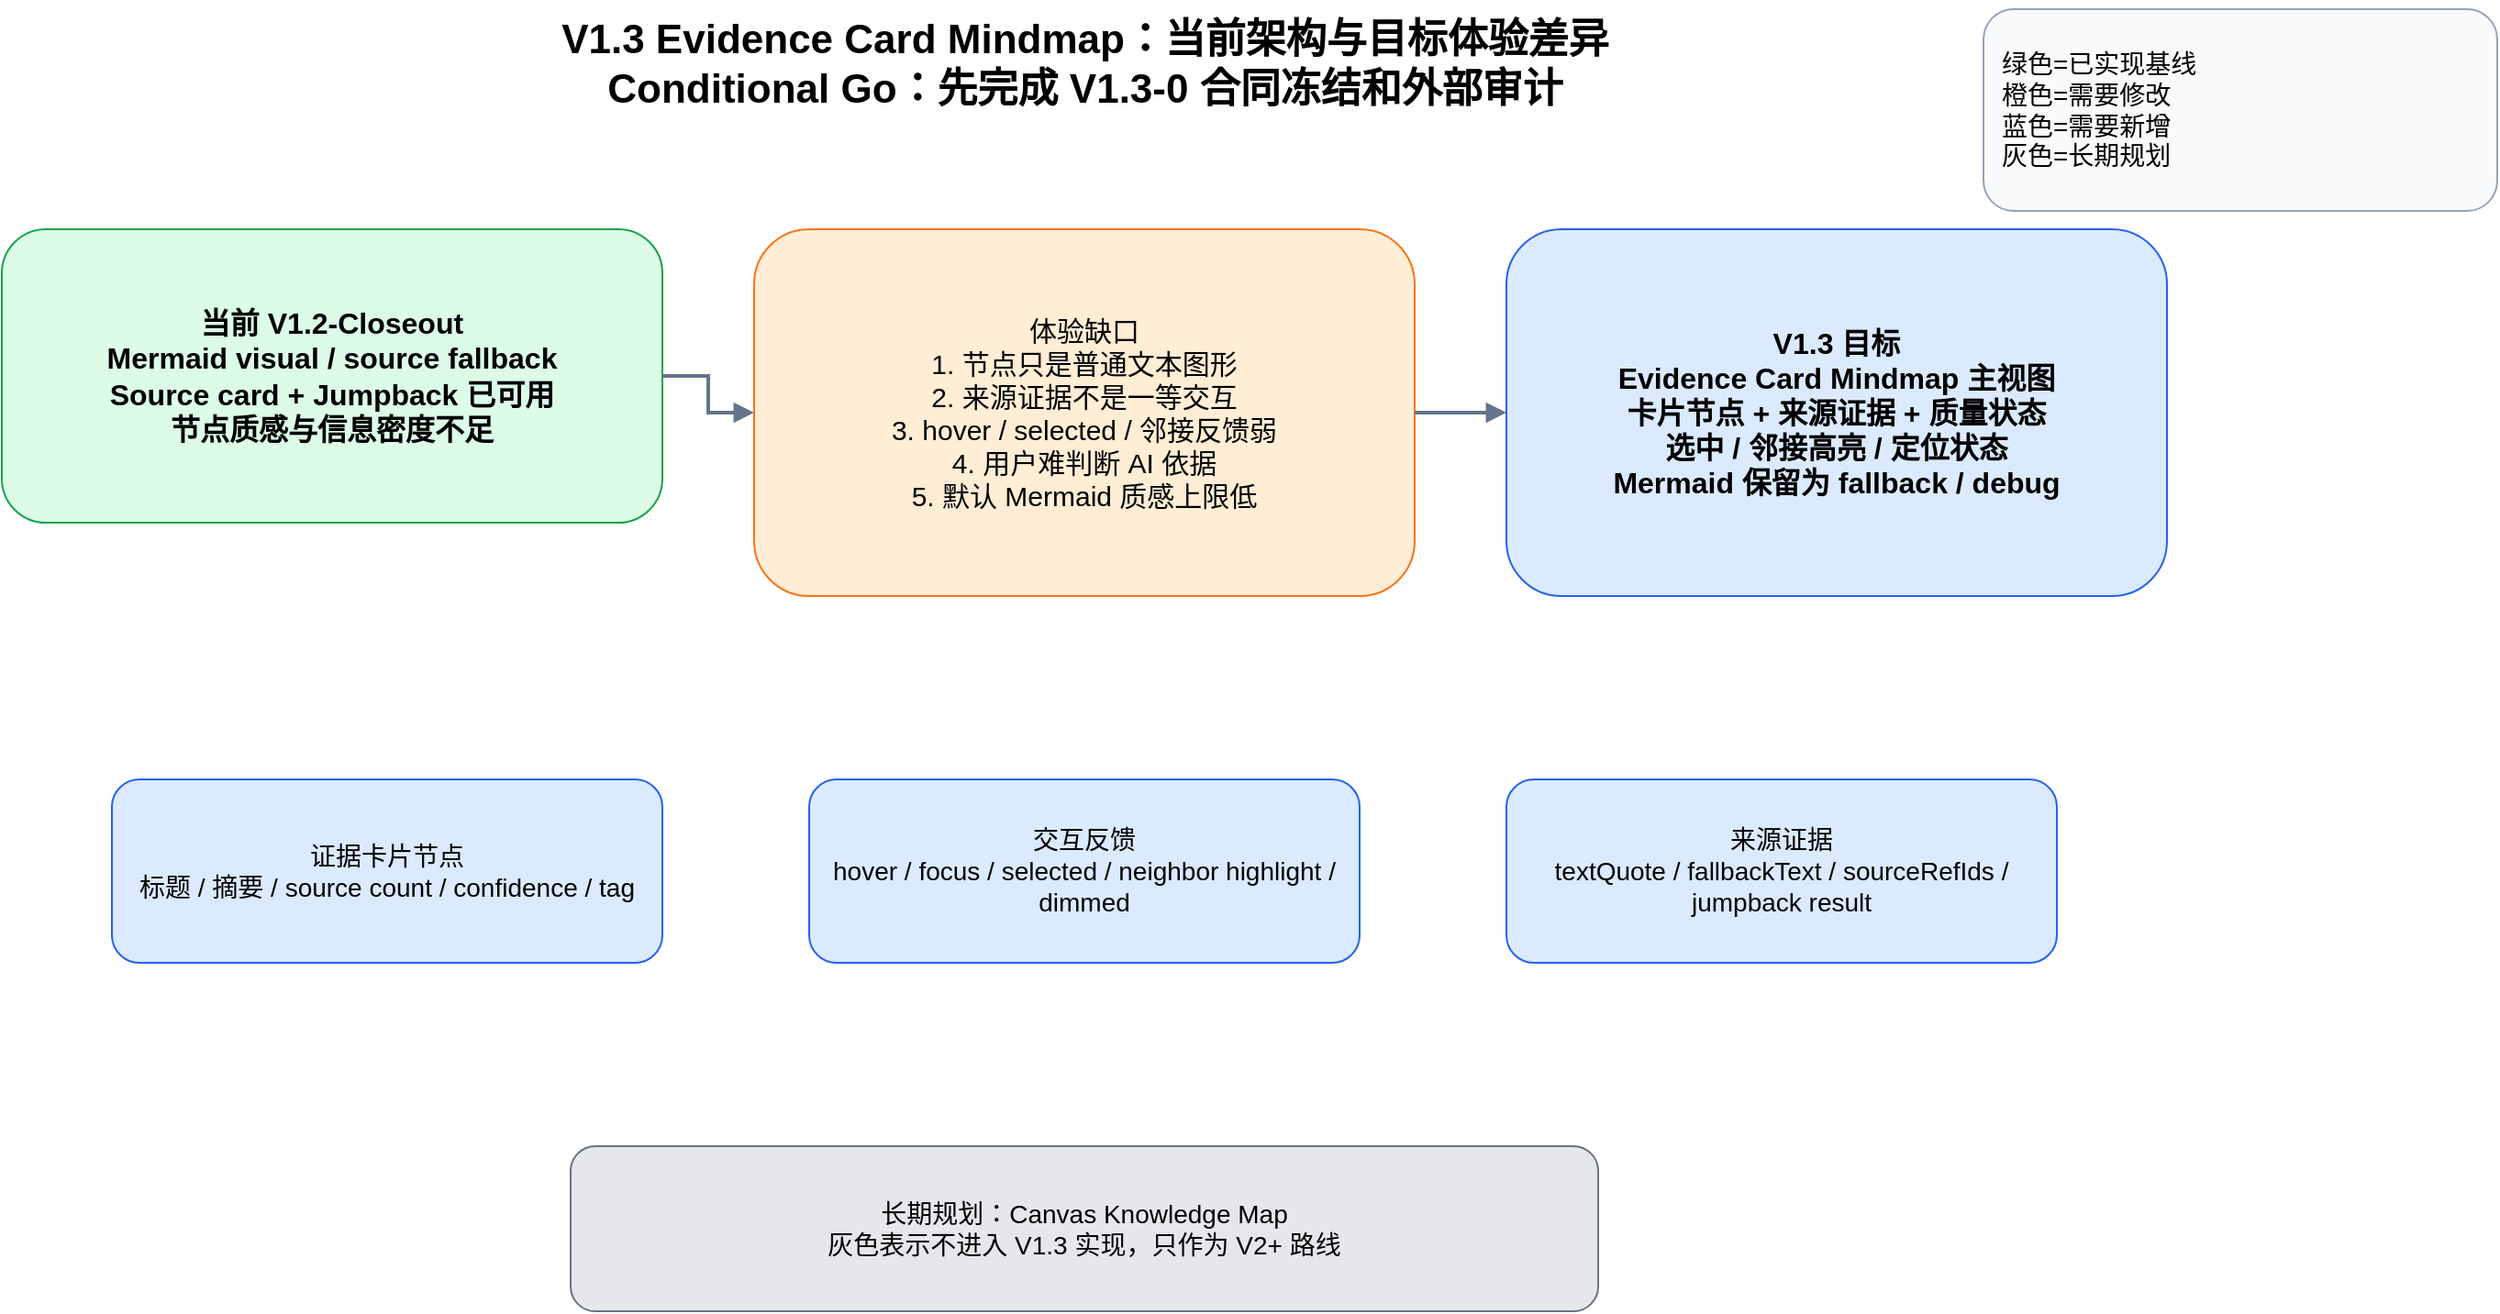
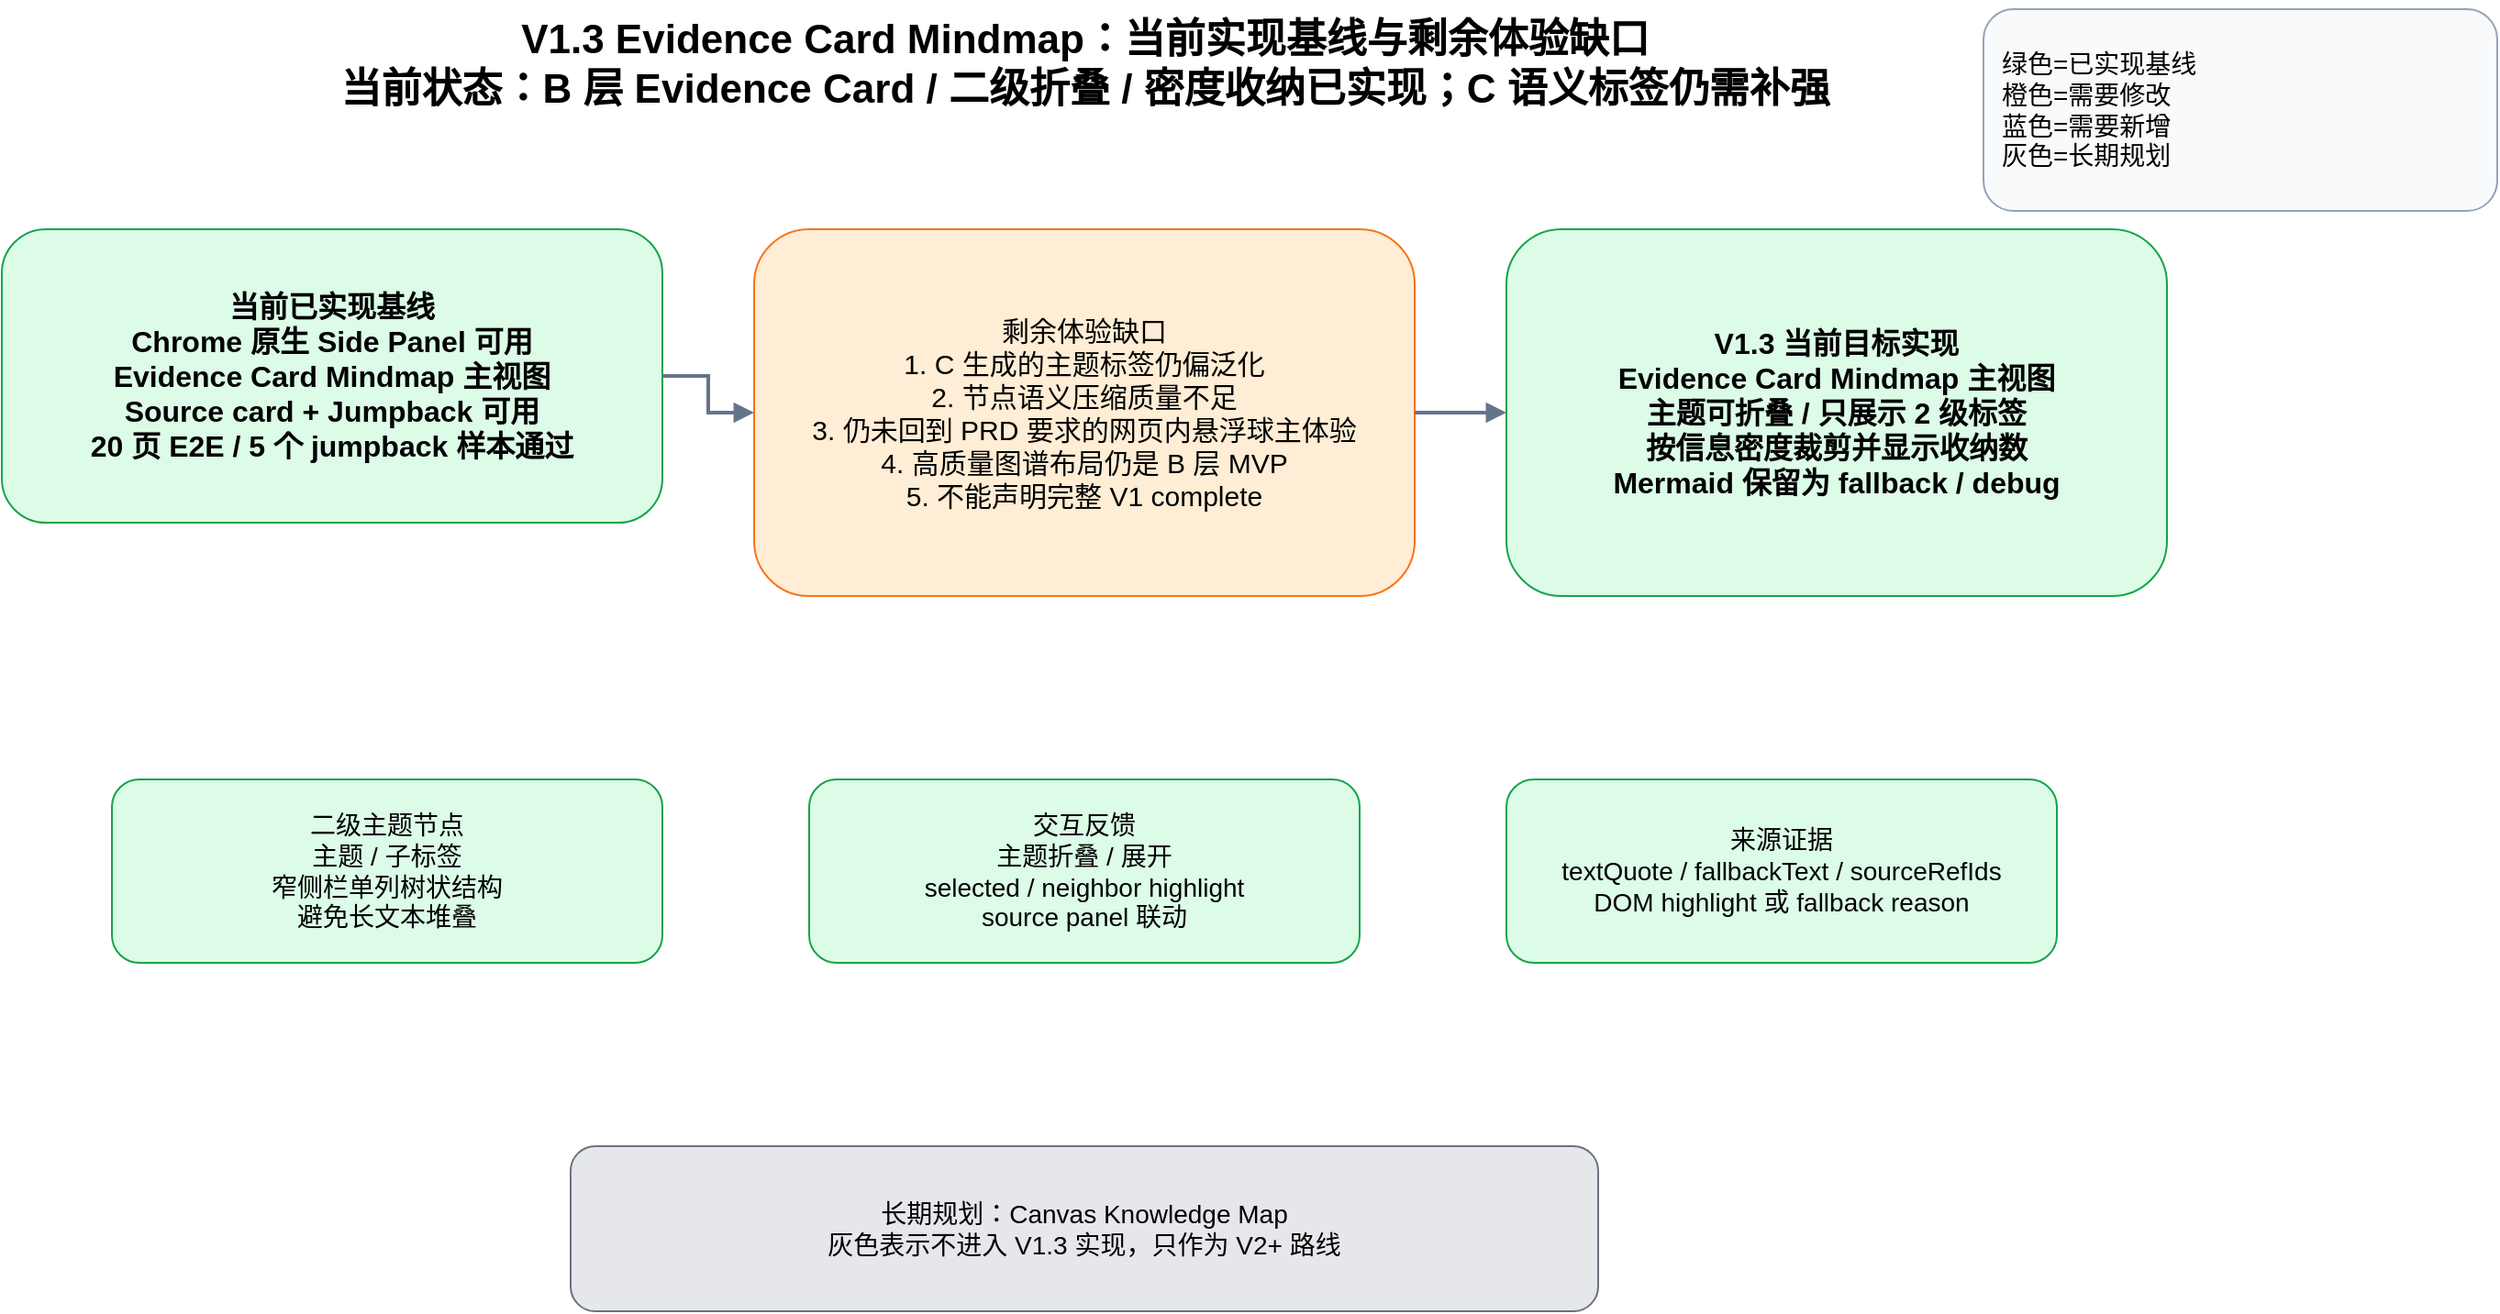
<mxfile host="Electron" agent="Mozilla/5.0 (Macintosh; Intel Mac OS X 10_15_7) AppleWebKit/537.36 (KHTML, like Gecko) draw.io/29.6.6 Chrome/144.0.7559.236 Electron/40.8.4 Safari/537.36" version="29.6.6" pages="6">
  <diagram id="v13-01" name="01 当前与目标差异">
    <mxGraphModel dx="1394" dy="745" grid="1" gridSize="10" guides="1" tooltips="1" connect="1" arrows="1" fold="1" page="1" pageScale="1" pageWidth="1400" pageHeight="900" math="0" shadow="0">
      <root>
        <mxCell id="0" />
        <mxCell id="1" parent="0" />
-         <mxCell id="title" parent="1" style="text;html=1;fontSize=22;fontStyle=1;align=center;verticalAlign=middle;strokeColor=none;fillColor=none;" value="V1.3 Evidence Card Mindmap：当前架构与目标体验差异&#xa;Conditional Go：先完成 V1.3-0 合同冻结和外部审计" vertex="1">
+         <mxCell id="title" parent="1" style="text;html=1;fontSize=22;fontStyle=1;align=center;verticalAlign=middle;strokeColor=none;fillColor=none;" value="V1.3 Evidence Card Mindmap：当前实现基线与剩余体验缺口&#xa;当前状态：B 层 Evidence Card / 二级折叠 / 密度收纳已实现；C 语义标签仍需补强" vertex="1">
          <mxGeometry height="70" width="1100" x="150" y="25" as="geometry" />
        </mxCell>
        <mxCell id="legend1" parent="1" style="rounded=1;whiteSpace=wrap;html=1;fillColor=#f8fafc;strokeColor=#94a3b8;fontSize=14;align=left;spacing=10;" value="绿色=已实现基线&#xa;橙色=需要修改&#xa;蓝色=需要新增&#xa;灰色=长期规划" vertex="1">
          <mxGeometry height="110" width="280" x="1190" y="30" as="geometry" />
        </mxCell>
-         <mxCell id="cur" parent="1" style="rounded=1;whiteSpace=wrap;html=1;fillColor=#dcfce7;strokeColor=#16a34a;fontSize=16;fontStyle=1;spacing=12;" value="当前 V1.2-Closeout&#xa;Mermaid visual / source fallback&#xa;Source card + Jumpback 已可用&#xa;节点质感与信息密度不足" vertex="1">
+         <mxCell id="cur" parent="1" style="rounded=1;whiteSpace=wrap;html=1;fillColor=#dcfce7;strokeColor=#16a34a;fontSize=16;fontStyle=1;spacing=12;" value="当前已实现基线&#xa;Chrome 原生 Side Panel 可用&#xa;Evidence Card Mindmap 主视图&#xa;Source card + Jumpback 可用&#xa;20 页 E2E / 5 个 jumpback 样本通过" vertex="1">
          <mxGeometry height="160" width="360" x="110" y="150" as="geometry" />
        </mxCell>
-         <mxCell id="gap" parent="1" style="rounded=1;whiteSpace=wrap;html=1;fillColor=#ffedd5;strokeColor=#f97316;fontSize=15;spacing=12;" value="体验缺口&#xa;1. 节点只是普通文本图形&#xa;2. 来源证据不是一等交互&#xa;3. hover / selected / 邻接反馈弱&#xa;4. 用户难判断 AI 依据&#xa;5. 默认 Mermaid 质感上限低" vertex="1">
+         <mxCell id="gap" parent="1" style="rounded=1;whiteSpace=wrap;html=1;fillColor=#ffedd5;strokeColor=#f97316;fontSize=15;spacing=12;" value="剩余体验缺口&#xa;1. C 生成的主题标签仍偏泛化&#xa;2. 节点语义压缩质量不足&#xa;3. 仍未回到 PRD 要求的网页内悬浮球主体验&#xa;4. 高质量图谱布局仍是 B 层 MVP&#xa;5. 不能声明完整 V1 complete" vertex="1">
          <mxGeometry height="200" width="360" x="520" y="150" as="geometry" />
        </mxCell>
-         <mxCell id="target" parent="1" style="rounded=1;whiteSpace=wrap;html=1;fillColor=#dbeafe;strokeColor=#2563eb;fontSize=16;fontStyle=1;spacing=12;" value="V1.3 目标&#xa;Evidence Card Mindmap 主视图&#xa;卡片节点 + 来源证据 + 质量状态&#xa;选中 / 邻接高亮 / 定位状态&#xa;Mermaid 保留为 fallback / debug" vertex="1">
+         <mxCell id="target" parent="1" style="rounded=1;whiteSpace=wrap;html=1;fillColor=#dcfce7;strokeColor=#16a34a;fontSize=16;fontStyle=1;spacing=12;" value="V1.3 当前目标实现&#xa;Evidence Card Mindmap 主视图&#xa;主题可折叠 / 只展示 2 级标签&#xa;按信息密度裁剪并显示收纳数&#xa;Mermaid 保留为 fallback / debug" vertex="1">
          <mxGeometry height="200" width="360" x="930" y="150" as="geometry" />
        </mxCell>
        <mxCell id="e1" edge="1" parent="1" source="cur" style="edgeStyle=orthogonalEdgeStyle;rounded=0;orthogonalLoop=1;jettySize=auto;html=1;strokeWidth=2;endArrow=block;strokeColor=#64748b;" target="gap">
          <mxGeometry relative="1" as="geometry" />
        </mxCell>
        <mxCell id="e2" edge="1" parent="1" source="gap" style="edgeStyle=orthogonalEdgeStyle;rounded=0;orthogonalLoop=1;jettySize=auto;html=1;strokeWidth=2;endArrow=block;strokeColor=#64748b;" target="target">
          <mxGeometry relative="1" as="geometry" />
        </mxCell>
-         <mxCell id="card1" parent="1" style="rounded=1;whiteSpace=wrap;html=1;fillColor=#dbeafe;strokeColor=#2563eb;fontSize=14;spacing=10;" value="证据卡片节点&#xa;标题 / 摘要 / source count / confidence / tag" vertex="1">
+         <mxCell id="card1" parent="1" style="rounded=1;whiteSpace=wrap;html=1;fillColor=#dcfce7;strokeColor=#16a34a;fontSize=14;spacing=10;" value="二级主题节点&#xa;主题 / 子标签&#xa;窄侧栏单列树状结构&#xa;避免长文本堆叠" vertex="1">
          <mxGeometry height="100" width="300" x="170" y="450" as="geometry" />
        </mxCell>
-         <mxCell id="card2" parent="1" style="rounded=1;whiteSpace=wrap;html=1;fillColor=#dbeafe;strokeColor=#2563eb;fontSize=14;spacing=10;" value="交互反馈&#xa;hover / focus / selected / neighbor highlight / dimmed" vertex="1">
+         <mxCell id="card2" parent="1" style="rounded=1;whiteSpace=wrap;html=1;fillColor=#dcfce7;strokeColor=#16a34a;fontSize=14;spacing=10;" value="交互反馈&#xa;主题折叠 / 展开&#xa;selected / neighbor highlight&#xa;source panel 联动" vertex="1">
          <mxGeometry height="100" width="300" x="550" y="450" as="geometry" />
        </mxCell>
-         <mxCell id="card3" parent="1" style="rounded=1;whiteSpace=wrap;html=1;fillColor=#dbeafe;strokeColor=#2563eb;fontSize=14;spacing=10;" value="来源证据&#xa;textQuote / fallbackText / sourceRefIds / jumpback result" vertex="1">
+         <mxCell id="card3" parent="1" style="rounded=1;whiteSpace=wrap;html=1;fillColor=#dcfce7;strokeColor=#16a34a;fontSize=14;spacing=10;" value="来源证据&#xa;textQuote / fallbackText / sourceRefIds&#xa;DOM highlight 或 fallback reason" vertex="1">
          <mxGeometry height="100" width="300" x="930" y="450" as="geometry" />
        </mxCell>
        <mxCell id="future" parent="1" style="rounded=1;whiteSpace=wrap;html=1;fillColor=#e5e7eb;strokeColor=#6b7280;fontSize=14;spacing=10;" value="长期规划：Canvas Knowledge Map&#xa;灰色表示不进入 V1.3 实现，只作为 V2+ 路线" vertex="1">
          <mxGeometry height="90" width="560" x="420" y="650" as="geometry" />
        </mxCell>
      </root>
    </mxGraphModel>
  </diagram>
  <diagram id="v13-02" name="02 模块调用关系">
    <mxGraphModel dx="1394" dy="745" grid="1" gridSize="10" guides="1" tooltips="1" connect="1" arrows="1" fold="1" page="1" pageScale="1" pageWidth="1400" pageHeight="900" math="0" shadow="0">
      <root>
        <mxCell id="0" />
        <mxCell id="1" parent="0" />
        <mxCell id="t2" parent="1" style="text;html=1;fontSize=24;fontStyle=1;align=center;strokeColor=none;fillColor=none;" value="V1.3 模块调用关系：B 升级渲染，A/C/D 边界不变" vertex="1">
          <mxGeometry height="50" width="1180" x="110" y="30" as="geometry" />
        </mxCell>
        <mxCell id="a" parent="1" style="rounded=1;whiteSpace=wrap;html=1;fillColor=#dcfce7;strokeColor=#16a34a;fontSize=15;fontStyle=1;spacing=10;" value="A Page Reading&#xa;已实现基线&#xa;PerceptionDigest&#xa;SourceMap / SourceRef&#xa;QualityReport" vertex="1">
          <mxGeometry height="150" width="220" x="90" y="180" as="geometry" />
        </mxCell>
-         <mxCell id="c" parent="1" style="rounded=1;whiteSpace=wrap;html=1;fillColor=#ffedd5;strokeColor=#f97316;fontSize=15;fontStyle=1;spacing=10;" value="C Mindmap&#xa;需保持稳定输出&#xa;tree / Mermaid source&#xa;nodeSourceMap&#xa;stable node ids" vertex="1">
+         <mxCell id="c" parent="1" style="rounded=1;whiteSpace=wrap;html=1;fillColor=#ffedd5;strokeColor=#f97316;fontSize=15;fontStyle=1;spacing=10;" value="C Mindmap&#xa;已支撑基础输出&#xa;tree / Mermaid source&#xa;nodeSourceMap / sourceRefs&#xa;待补强：主题标签语义压缩" vertex="1">
          <mxGeometry height="150" width="220" x="380" y="320" as="geometry" />
        </mxCell>
        <mxCell id="d" parent="1" style="rounded=1;whiteSpace=wrap;html=1;fillColor=#dcfce7;strokeColor=#16a34a;fontSize=15;fontStyle=1;spacing=10;" value="D Adapter Layer&#xa;已实现边界&#xa;ToolResult&#xa;ArtifactRecord&#xa;Event / Trace" vertex="1">
          <mxGeometry height="150" width="220" x="670" y="180" as="geometry" />
        </mxCell>
-         <mxCell id="b" parent="1" style="rounded=1;whiteSpace=wrap;html=1;fillColor=#dbeafe;strokeColor=#2563eb;fontSize=15;fontStyle=1;spacing=10;" value="B Mindmap Renderer&#xa;V1.3 主要新增&#xa;B-local EvidenceCardViewModel&#xa;Evidence Card Mindmap&#xa;source evidence panel&#xa;不生成事实内容" vertex="1">
+         <mxCell id="b" parent="1" style="rounded=1;whiteSpace=wrap;html=1;fillColor=#dcfce7;strokeColor=#16a34a;fontSize=15;fontStyle=1;spacing=10;" value="B Mindmap Renderer&#xa;V1.3 已实现基线&#xa;B-local EvidenceCardViewModel&#xa;Evidence Card Mindmap&#xa;二级标签 / 主题折叠 / 密度收纳&#xa;不生成事实内容" vertex="1">
          <mxGeometry height="190" width="270" x="960" y="170" as="geometry" />
        </mxCell>
        <mxCell id="cs" parent="1" style="rounded=1;whiteSpace=wrap;html=1;fillColor=#ffedd5;strokeColor=#f97316;fontSize=15;spacing=10;" value="Content Script&#xa;用户触发定位&#xa;selector / domPath / textQuote&#xa;DOM highlight 或 fallback" vertex="1">
          <mxGeometry height="130" width="260" x="960" y="470" as="geometry" />
        </mxCell>
        <mxCell id="e21" edge="1" parent="1" source="a" style="edgeStyle=orthogonalEdgeStyle;html=1;strokeWidth=2;endArrow=block;strokeColor=#475569;" target="c" value="high-signal / digest / sourceRefs">
          <mxGeometry relative="1" as="geometry" />
        </mxCell>
        <mxCell id="e22" edge="1" parent="1" source="c" style="edgeStyle=orthogonalEdgeStyle;html=1;strokeWidth=2;endArrow=block;strokeColor=#475569;" target="d" value="MindmapResult">
          <mxGeometry relative="1" as="geometry" />
        </mxCell>
        <mxCell id="e23" edge="1" parent="1" source="d" style="edgeStyle=orthogonalEdgeStyle;html=1;strokeWidth=2;endArrow=block;strokeColor=#475569;" target="b" value="Artifact + metadata">
          <mxGeometry relative="1" as="geometry" />
        </mxCell>
        <mxCell id="e24" edge="1" parent="1" source="b" style="edgeStyle=orthogonalEdgeStyle;html=1;strokeWidth=2;endArrow=block;strokeColor=#475569;" target="cs" value="user-triggered jumpback">
          <mxGeometry relative="1" as="geometry" />
        </mxCell>
        <mxCell id="rules" parent="1" style="rounded=1;whiteSpace=wrap;html=1;fillColor=#f8fafc;strokeColor=#94a3b8;fontSize=15;align=left;spacing=12;" value="硬边界&#xa;A 不生成 Mindmap / Artifact / SSE&#xa;C 不渲染 UI / 不读取 DOM / 不输出前端组件结构&#xa;D 是 Artifact / Event / Trace 唯一出口&#xa;B 不生成事实内容 / 不直连 A/C/D&#xa;Content Script 只执行用户触发定位" vertex="1">
          <mxGeometry height="170" width="620" x="170" y="520" as="geometry" />
        </mxCell>
-         <mxCell id="schema" parent="1" style="rounded=1;whiteSpace=wrap;html=1;fillColor=#ffedd5;strokeColor=#f97316;fontSize=14;spacing=10;" value="V1.3 可执行合同&#xa;v1_3_evidence_card_mindmap.schema.json&#xa;ViewModel / report.json / screenshots metadata" vertex="1">
+         <mxCell id="schema" parent="1" style="rounded=1;whiteSpace=wrap;html=1;fillColor=#dcfce7;strokeColor=#16a34a;fontSize=14;spacing=10;" value="V1.3 可执行合同&#xa;v1_3_evidence_card_mindmap.schema.json&#xa;ViewModel / report.json / screenshots metadata&#xa;displayPolicy.maxDepth=2" vertex="1">
          <mxGeometry height="110" width="390" x="840" y="620" as="geometry" />
        </mxCell>
      </root>
    </mxGraphModel>
  </diagram>
  <diagram id="v13-03" name="03 开发及验收计划">
    <mxGraphModel dx="1400" dy="900" grid="1" gridSize="10" guides="1" tooltips="1" connect="1" arrows="1" fold="1" page="1" pageScale="1" pageWidth="1400" pageHeight="900" math="0" shadow="0">
      <root>
        <mxCell id="0" />
        <mxCell id="1" parent="0" />
-         <mxCell id="t3" value="V1.3 开发及验收计划" style="text;html=1;fontSize=24;fontStyle=1;align=center;strokeColor=none;fillColor=none;" vertex="1" parent="1">
+         <mxCell id="t3" value="V1.3 开发及验收计划：已实现基线与后续补强" style="text;html=1;fontSize=24;fontStyle=1;align=center;strokeColor=none;fillColor=none;" vertex="1" parent="1">
          <mxGeometry x="280" y="30" width="840" height="50" as="geometry" />
        </mxCell>
-         <mxCell id="s0" value="V1.3-0&#xa;合同 / 验收口径冻结&#xa;schema + report.json + 截图标准&#xa;外部审计无 fatal / major" style="rounded=1;whiteSpace=wrap;html=1;fillColor=#ffedd5;strokeColor=#f97316;fontSize=14;spacing=8;" vertex="1" parent="1">
+         <mxCell id="s0" value="V1.3-0&#xa;合同 / 验收口径冻结&#xa;schema + report.json + 截图标准&#xa;已完成" style="rounded=1;whiteSpace=wrap;html=1;fillColor=#dcfce7;strokeColor=#16a34a;fontSize=14;spacing=8;" vertex="1" parent="1">
          <mxGeometry x="70" y="150" width="205" height="145" as="geometry" />
        </mxCell>
-         <mxCell id="s1" value="V1.3-1&#xa;EvidenceCardViewModel&#xa;fixture 覆盖缺 source / 重复标题 / 长文本" style="rounded=1;whiteSpace=wrap;html=1;fillColor=#dbeafe;strokeColor=#2563eb;fontSize=14;spacing=8;" vertex="1" parent="1">
+         <mxCell id="s1" value="V1.3-1&#xa;EvidenceCardViewModel&#xa;fixture 覆盖缺 source / 重复标题 / 长文本&#xa;已完成" style="rounded=1;whiteSpace=wrap;html=1;fillColor=#dcfce7;strokeColor=#16a34a;fontSize=14;spacing=8;" vertex="1" parent="1">
          <mxGeometry x="300" y="160" width="190" height="120" as="geometry" />
        </mxCell>
-         <mxCell id="s2" value="V1.3-2&#xa;卡片树布局 / 视觉 token&#xa;Side Panel 窄宽度可读" style="rounded=1;whiteSpace=wrap;html=1;fillColor=#dbeafe;strokeColor=#2563eb;fontSize=14;spacing=8;" vertex="1" parent="1">
+         <mxCell id="s2" value="V1.3-2&#xa;卡片树布局 / 视觉 token&#xa;Side Panel 窄宽度可读&#xa;已完成" style="rounded=1;whiteSpace=wrap;html=1;fillColor=#dcfce7;strokeColor=#16a34a;fontSize=14;spacing=8;" vertex="1" parent="1">
          <mxGeometry x="520" y="160" width="190" height="120" as="geometry" />
        </mxCell>
-         <mxCell id="s3" value="V1.3-3&#xa;hover / selected / 邻接高亮&#xa;source panel 稳定展示" style="rounded=1;whiteSpace=wrap;html=1;fillColor=#dbeafe;strokeColor=#2563eb;fontSize=14;spacing=8;" vertex="1" parent="1">
+         <mxCell id="s3" value="V1.3-3&#xa;hover / selected / 邻接高亮&#xa;source panel 稳定展示&#xa;已完成" style="rounded=1;whiteSpace=wrap;html=1;fillColor=#dcfce7;strokeColor=#16a34a;fontSize=14;spacing=8;" vertex="1" parent="1">
          <mxGeometry x="740" y="160" width="190" height="120" as="geometry" />
        </mxCell>
-         <mxCell id="s4" value="V1.3-4&#xa;Jumpback / fallback 集成&#xa;DOM success 与 fallback 严格区分" style="rounded=1;whiteSpace=wrap;html=1;fillColor=#dbeafe;strokeColor=#2563eb;fontSize=14;spacing=8;" vertex="1" parent="1">
+         <mxCell id="s4" value="V1.3-4&#xa;Jumpback / fallback 集成&#xa;DOM success 与 fallback 严格区分&#xa;已完成" style="rounded=1;whiteSpace=wrap;html=1;fillColor=#dcfce7;strokeColor=#16a34a;fontSize=14;spacing=8;" vertex="1" parent="1">
          <mxGeometry x="960" y="160" width="190" height="120" as="geometry" />
        </mxCell>
-         <mxCell id="s5" value="V1.3-5&#xa;真实网页 E2E / HTML 报告&#xa;8 页矩阵，3 个原生 Side Panel 截图样本" style="rounded=1;whiteSpace=wrap;html=1;fillColor=#dbeafe;strokeColor=#2563eb;fontSize=14;spacing=8;" vertex="1" parent="1">
+         <mxCell id="s5" value="V1.3-5&#xa;真实网页 E2E / HTML 报告&#xa;20 页矩阵 / 5 个 jumpback 样本&#xa;已完成" style="rounded=1;whiteSpace=wrap;html=1;fillColor=#dcfce7;strokeColor=#16a34a;fontSize=14;spacing=8;" vertex="1" parent="1">
          <mxGeometry x="1180" y="160" width="190" height="120" as="geometry" />
        </mxCell>
        <mxCell id="p01" edge="1" parent="1" source="s0" target="s1" style="edgeStyle=orthogonalEdgeStyle;html=1;strokeWidth=2;endArrow=block;strokeColor=#64748b;">
          <mxGeometry relative="1" as="geometry" />
        </mxCell>
        <mxCell id="p12" edge="1" parent="1" source="s1" target="s2" style="edgeStyle=orthogonalEdgeStyle;html=1;strokeWidth=2;endArrow=block;strokeColor=#64748b;">
          <mxGeometry relative="1" as="geometry" />
        </mxCell>
        <mxCell id="p23" edge="1" parent="1" source="s2" target="s3" style="edgeStyle=orthogonalEdgeStyle;html=1;strokeWidth=2;endArrow=block;strokeColor=#64748b;">
          <mxGeometry relative="1" as="geometry" />
        </mxCell>
        <mxCell id="p34" edge="1" parent="1" source="s3" target="s4" style="edgeStyle=orthogonalEdgeStyle;html=1;strokeWidth=2;endArrow=block;strokeColor=#64748b;">
          <mxGeometry relative="1" as="geometry" />
        </mxCell>
        <mxCell id="p45" edge="1" parent="1" source="s4" target="s5" style="edgeStyle=orthogonalEdgeStyle;html=1;strokeWidth=2;endArrow=block;strokeColor=#64748b;">
          <mxGeometry relative="1" as="geometry" />
        </mxCell>
-         <mxCell id="audit" value="每个子阶段：开发前计划 + 审计闭环；完成后真实数据验收 + PRD 复检。发现 fatal / major / false-green 风险即停止并打回。&#xa;V1.3-1+ 只能在 V1.3-0 审计闭环后启动。" style="rounded=1;whiteSpace=wrap;html=1;fillColor=#f8fafc;strokeColor=#94a3b8;fontSize=16;fontStyle=1;spacing=12;" vertex="1" parent="1">
+         <mxCell id="audit" value="当前验收结论&#xa;前端 typecheck 通过；Mindmap / Chat / Debug 相关单测通过；Runtime 关键测试通过；WXT build 通过。&#xa;V1.3 体验基线可用，但不等于完整 V1 complete。" style="rounded=1;whiteSpace=wrap;html=1;fillColor=#f8fafc;strokeColor=#94a3b8;fontSize=16;fontStyle=1;spacing=12;" vertex="1" parent="1">
          <mxGeometry x="170" y="430" width="1060" height="120" as="geometry" />
        </mxCell>
-         <mxCell id="evidence" value="固定证据包&#xa;report.json&#xa;acceptance-report.html&#xa;prd-review.md&#xa;false-green-audit.md&#xa;screenshots/" style="rounded=1;whiteSpace=wrap;html=1;fillColor=#ffedd5;strokeColor=#f97316;fontSize=15;spacing=10;" vertex="1" parent="1">
+         <mxCell id="evidence" value="固定证据包&#xa;docs/active/project/evidence/v1_3_evidence_card_mindmap/&#xa;report.json&#xa;acceptance-report.html&#xa;screenshots/&#xa;native-run/report.json" style="rounded=1;whiteSpace=wrap;html=1;fillColor=#dcfce7;strokeColor=#16a34a;fontSize=15;spacing=10;" vertex="1" parent="1">
          <mxGeometry x="430" y="610" width="540" height="150" as="geometry" />
+         </mxCell>
+         <mxCell id="s6" value="后续补强&#xa;C 语义标签压缩&#xa;主题归并质量&#xa;更强图谱布局&#xa;回归网页内悬浮球主体验" style="rounded=1;whiteSpace=wrap;html=1;fillColor=#ffedd5;strokeColor=#f97316;fontSize=15;fontStyle=1;spacing=10;" vertex="1" parent="1">
+           <mxGeometry x="1030" y="610" width="270" height="150" as="geometry" />
        </mxCell>
      </root>
    </mxGraphModel>
  </diagram>
  <diagram id="v13-04" name="04 验收门槛与出门条件">
    <mxGraphModel dx="1400" dy="900" grid="1" gridSize="10" guides="1" tooltips="1" connect="1" arrows="1" fold="1" page="1" pageScale="1" pageWidth="1400" pageHeight="900" math="0" shadow="0">
      <root>
        <mxCell id="0" />
        <mxCell id="1" parent="0" />
        <mxCell id="t4" value="V1.3 验收门槛与出门条件" style="text;html=1;fontSize=24;fontStyle=1;align=center;strokeColor=none;fillColor=none;" vertex="1" parent="1">
          <mxGeometry x="300" y="30" width="800" height="50" as="geometry" />
        </mxCell>
-         <mxCell id="go" value="Go 条件&#xa;1. Evidence Card 为主视图&#xa;2. ViewModel 通过 schema validation&#xa;3. 每个主要节点可解释来源或 degraded reason&#xa;4. selected / hover / 邻接高亮可见&#xa;5. source evidence panel 可读&#xa;6. DOM success / fallback / blocked 严格区分&#xa;7. 8 页矩阵 + 3 个原生 Side Panel 截图样本&#xa;8. HTML 报告、JSON、截图结论一致" style="rounded=1;whiteSpace=wrap;html=1;fillColor=#dcfce7;strokeColor=#16a34a;fontSize=15;spacing=12;" vertex="1" parent="1">
+         <mxCell id="go" value="已通过 / 可验收条件&#xa;1. Evidence Card 为主视图&#xa;2. ViewModel + displayPolicy 可用&#xa;3. 只展示 2 级标签，主题可折叠&#xa;4. 高密度页面显示收纳数量&#xa;5. source evidence panel 可读&#xa;6. DOM success / fallback / blocked 严格区分&#xa;7. 20 页矩阵 + 5 个 jumpback 样本&#xa;8. HTML 报告、JSON、截图结论一致" style="rounded=1;whiteSpace=wrap;html=1;fillColor=#dcfce7;strokeColor=#16a34a;fontSize=15;spacing=12;" vertex="1" parent="1">
          <mxGeometry x="110" y="120" width="540" height="340" as="geometry" />
        </mxCell>
-         <mxCell id="nogo" value="No-Go&#xa;1. 只改 Mermaid CSS&#xa;2. 全屏 extension page 冒充 Side Panel&#xa;3. fallback 冒充 DOM 成功&#xa;4. 节点无来源仍显示正常&#xa;5. B 生成事实 / Artifact / Trace&#xa;6. C 输出前端组件结构&#xa;7. 引入 RAG / Memory / Web Research / PPT / Deep Research" style="rounded=1;whiteSpace=wrap;html=1;fillColor=#fee2e2;strokeColor=#dc2626;fontSize=15;spacing=12;" vertex="1" parent="1">
+         <mxCell id="nogo" value="仍然 No-Go&#xa;1. 只改 Mermaid CSS 就声明完成&#xa;2. 全屏 extension page 冒充 Side Panel&#xa;3. fallback 冒充 DOM 成功&#xa;4. B 生成事实 / Artifact / Trace&#xa;5. C 输出前端组件结构&#xa;6. 借本阶段引入 RAG / Memory / Web Research / PPT / Deep Research&#xa;7. 用 V1.3 声明完整 V1 complete" style="rounded=1;whiteSpace=wrap;html=1;fillColor=#fee2e2;strokeColor=#dc2626;fontSize=15;spacing=12;" vertex="1" parent="1">
          <mxGeometry x="760" y="140" width="500" height="300" as="geometry" />
        </mxCell>
-         <mxCell id="claim" value="允许声明&#xa;V1.3 Evidence Card Mindmap experience complete" style="rounded=1;whiteSpace=wrap;html=1;fillColor=#dbeafe;strokeColor=#2563eb;fontSize=18;fontStyle=1;align=center;spacing=12;" vertex="1" parent="1">
+         <mxCell id="claim" value="允许谨慎声明&#xa;V1.3 Evidence Card Mindmap B-layer experience baseline complete" style="rounded=1;whiteSpace=wrap;html=1;fillColor=#dcfce7;strokeColor=#16a34a;fontSize=18;fontStyle=1;align=center;spacing=12;" vertex="1" parent="1">
          <mxGeometry x="180" y="570" width="450" height="110" as="geometry" />
        </mxCell>
-         <mxCell id="noClaim" value="不得声明&#xa;完整 V1 complete&#xa;Canvas Knowledge Map complete&#xa;V2 Memory / RAG ready&#xa;Web Research / PPT / Deep Research ready" style="rounded=1;whiteSpace=wrap;html=1;fillColor=#e5e7eb;strokeColor=#6b7280;fontSize=15;spacing=12;" vertex="1" parent="1">
+         <mxCell id="noClaim" value="不得声明&#xa;完整 V1 complete&#xa;网页内悬浮球主体验 complete&#xa;C 语义标签质量 complete&#xa;Canvas Knowledge Map complete&#xa;V2 Memory / RAG ready&#xa;Web Research / PPT / Deep Research ready" style="rounded=1;whiteSpace=wrap;html=1;fillColor=#e5e7eb;strokeColor=#6b7280;fontSize=15;spacing=12;" vertex="1" parent="1">
          <mxGeometry x="760" y="550" width="500" height="150" as="geometry" />
        </mxCell>
      </root>
    </mxGraphModel>
  </diagram>
  <diagram id="v13-05" name="05 用户体验路径">
    <mxGraphModel dx="1247" dy="666" grid="1" gridSize="10" guides="1" tooltips="1" connect="1" arrows="1" fold="1" page="1" pageScale="1" pageWidth="1400" pageHeight="900" math="0" shadow="0">
      <root>
        <mxCell id="0" />
        <mxCell id="1" parent="0" />
        <mxCell id="t5" parent="1" style="text;html=1;fontSize=24;fontStyle=1;align=center;strokeColor=none;fillColor=none;" value="V1.3 用户体验路径：从阅读到可验证导图" vertex="1">
          <mxGeometry height="50" width="960" x="220" y="30" as="geometry" />
        </mxCell>
        <mxCell id="u1" parent="1" style="rounded=1;whiteSpace=wrap;html=1;fillColor=#dcfce7;strokeColor=#16a34a;fontSize=15;spacing=10;" value="1 打开真实网页&#xa;Chrome 原生 Side Panel" vertex="1">
          <mxGeometry height="100" width="190" x="90" y="160" as="geometry" />
        </mxCell>
        <mxCell id="u2" parent="1" style="rounded=1;whiteSpace=wrap;html=1;fillColor=#dcfce7;strokeColor=#16a34a;fontSize=15;spacing=10;" value="2 读取当前页面&#xa;A quality / digest / sourceRefs 可见" vertex="1">
          <mxGeometry height="100" width="210" x="330" y="160" as="geometry" />
        </mxCell>
        <mxCell id="u3" parent="1" style="rounded=1;whiteSpace=wrap;html=1;fillColor=#dcfce7;strokeColor=#16a34a;fontSize=15;spacing=10;" value="3 生成 Mindmap&#xa;D 创建 mindmap artifact" vertex="1">
          <mxGeometry height="100" width="210" x="590" y="160" as="geometry" />
        </mxCell>
-         <mxCell id="u4" parent="1" style="rounded=1;whiteSpace=wrap;html=1;fillColor=#dbeafe;strokeColor=#2563eb;fontSize=15;fontStyle=1;spacing=10;" value="4 Evidence Card Mindmap&#xa;卡片节点 / 边线 / 层级" vertex="1">
+         <mxCell id="u4" parent="1" style="rounded=1;whiteSpace=wrap;html=1;fillColor=#dcfce7;strokeColor=#16a34a;fontSize=15;fontStyle=1;spacing=10;" value="4 Evidence Card Mindmap&#xa;二级标签 / 主题折叠 / 密度收纳" vertex="1">
          <mxGeometry height="100" width="220" x="850" y="160" as="geometry" />
        </mxCell>
-         <mxCell id="u5" parent="1" style="rounded=1;whiteSpace=wrap;html=1;fillColor=#dbeafe;strokeColor=#2563eb;fontSize=15;fontStyle=1;spacing=10;" value="5 点击节点&#xa;selected + 邻接高亮" vertex="1">
+         <mxCell id="u5" parent="1" style="rounded=1;whiteSpace=wrap;html=1;fillColor=#dcfce7;strokeColor=#16a34a;fontSize=15;fontStyle=1;spacing=10;" value="5 点击节点 / 折叠主题&#xa;selected + 邻接高亮&#xa;只保留可读标签" vertex="1">
          <mxGeometry height="100" width="200" x="860" y="290" as="geometry" />
        </mxCell>
-         <mxCell id="u6" parent="1" style="rounded=1;whiteSpace=wrap;html=1;fillColor=#dbeafe;strokeColor=#2563eb;fontSize=15;spacing=10;" value="6 Source Evidence Panel&#xa;textQuote / fallbackText / sourceRefIds" vertex="1">
+         <mxCell id="u6" parent="1" style="rounded=1;whiteSpace=wrap;html=1;fillColor=#dcfce7;strokeColor=#16a34a;fontSize=15;spacing=10;" value="6 Source Evidence Panel&#xa;textQuote / fallbackText / sourceRefIds" vertex="1">
          <mxGeometry height="110" width="260" x="390" y="430" as="geometry" />
        </mxCell>
        <mxCell id="u7" parent="1" style="rounded=1;whiteSpace=wrap;html=1;fillColor=#dcfce7;strokeColor=#16a34a;fontSize=15;spacing=10;" value="7 用户触发定位&#xa;DOM highlight 成功" vertex="1">
          <mxGeometry height="90" width="230" x="720" y="400" as="geometry" />
        </mxCell>
        <mxCell id="u8" parent="1" style="rounded=1;whiteSpace=wrap;html=1;fillColor=#ffedd5;strokeColor=#f97316;fontSize=15;spacing=10;" value="8 定位失败&#xa;显示 fallback evidence 和原因" vertex="1">
          <mxGeometry height="90" width="230" x="720" y="530" as="geometry" />
        </mxCell>
        <mxCell id="ue1" edge="1" parent="1" source="u1" style="edgeStyle=orthogonalEdgeStyle;html=1;strokeWidth=2;endArrow=block;strokeColor=#64748b;" target="u2">
          <mxGeometry relative="1" as="geometry" />
        </mxCell>
        <mxCell id="ue2" edge="1" parent="1" source="u2" style="edgeStyle=orthogonalEdgeStyle;html=1;strokeWidth=2;endArrow=block;strokeColor=#64748b;" target="u3">
          <mxGeometry relative="1" as="geometry" />
        </mxCell>
        <mxCell id="ue3" edge="1" parent="1" source="u3" style="edgeStyle=orthogonalEdgeStyle;html=1;strokeWidth=2;endArrow=block;strokeColor=#64748b;" target="u4">
          <mxGeometry relative="1" as="geometry" />
        </mxCell>
        <mxCell id="ue4" edge="1" parent="1" source="u4" style="edgeStyle=orthogonalEdgeStyle;html=1;strokeWidth=2;endArrow=block;strokeColor=#64748b;" target="u5">
          <mxGeometry relative="1" as="geometry" />
        </mxCell>
        <mxCell id="ue5" edge="1" parent="1" source="u5" style="edgeStyle=orthogonalEdgeStyle;html=1;strokeWidth=2;endArrow=block;strokeColor=#64748b;" target="u6">
          <mxGeometry relative="1" as="geometry" />
        </mxCell>
        <mxCell id="ue6" edge="1" parent="1" source="u6" style="edgeStyle=orthogonalEdgeStyle;html=1;strokeWidth=2;endArrow=block;strokeColor=#16a34a;" target="u7">
          <mxGeometry relative="1" as="geometry" />
        </mxCell>
        <mxCell id="ue7" edge="1" parent="1" source="u6" style="edgeStyle=orthogonalEdgeStyle;html=1;strokeWidth=2;endArrow=block;strokeColor=#f97316;" target="u8">
          <mxGeometry relative="1" as="geometry" />
        </mxCell>
      </root>
    </mxGraphModel>
  </diagram>
  <diagram id="v13-06" name="06 长期规划">
    <mxGraphModel dx="1400" dy="900" grid="1" gridSize="10" guides="1" tooltips="1" connect="1" arrows="1" fold="1" page="1" pageScale="1" pageWidth="1400" pageHeight="900" math="0" shadow="0">
      <root>
        <mxCell id="0" />
        <mxCell id="1" parent="0" />
-         <mxCell id="t6" value="Mindmap 长期路线：V1.3 只做 Evidence Card，不提前实现 Canvas" style="text;html=1;fontSize=24;fontStyle=1;align=center;strokeColor=none;fillColor=none;" vertex="1" parent="1">
+         <mxCell id="t6" value="Mindmap 长期路线：V1.3 完成 B 层体验基线，不提前实现 Canvas / RAG" style="text;html=1;fontSize=24;fontStyle=1;align=center;strokeColor=none;fillColor=none;" vertex="1" parent="1">
          <mxGeometry x="120" y="30" width="1160" height="50" as="geometry" />
        </mxCell>
-         <mxCell id="l1" value="V1.3&#xa;Evidence Card Mindmap&#xa;单页 artifact 体验升级" style="rounded=1;whiteSpace=wrap;html=1;fillColor=#dbeafe;strokeColor=#2563eb;fontSize=16;fontStyle=1;spacing=12;" vertex="1" parent="1">
+         <mxCell id="l1" value="V1.3 当前&#xa;Evidence Card Mindmap&#xa;二级折叠 / 密度收纳&#xa;单页 artifact 体验升级" style="rounded=1;whiteSpace=wrap;html=1;fillColor=#dcfce7;strokeColor=#16a34a;fontSize=16;fontStyle=1;spacing=12;" vertex="1" parent="1">
          <mxGeometry x="120" y="180" width="240" height="130" as="geometry" />
        </mxCell>
-         <mxCell id="l2" value="V1.4 / V1.x&#xa;双栏阅读地图&#xa;Side Panel 伴读导航" style="rounded=1;whiteSpace=wrap;html=1;fillColor=#e5e7eb;strokeColor=#6b7280;fontSize=16;spacing=12;" vertex="1" parent="1">
+         <mxCell id="l2" value="V1.4 / V1.x&#xa;C 语义标签压缩&#xa;双栏阅读地图&#xa;Side Panel 伴读导航" style="rounded=1;whiteSpace=wrap;html=1;fillColor=#ffedd5;strokeColor=#f97316;fontSize=16;spacing=12;" vertex="1" parent="1">
          <mxGeometry x="430" y="180" width="240" height="130" as="geometry" />
        </mxCell>
        <mxCell id="l3" value="V2&#xa;Canvas Knowledge Map&#xa;Memory Plane / 多网页知识卡" style="rounded=1;whiteSpace=wrap;html=1;fillColor=#e5e7eb;strokeColor=#6b7280;fontSize=16;spacing=12;" vertex="1" parent="1">
          <mxGeometry x="740" y="180" width="250" height="130" as="geometry" />
        </mxCell>
        <mxCell id="l4" value="V4&#xa;研究任务图谱 / PPT Agent 图谱&#xa;Deep Research / Secretary 能力" style="rounded=1;whiteSpace=wrap;html=1;fillColor=#e5e7eb;strokeColor=#6b7280;fontSize=16;spacing=12;" vertex="1" parent="1">
          <mxGeometry x="1060" y="180" width="260" height="130" as="geometry" />
        </mxCell>
        <mxCell id="le1" edge="1" parent="1" source="l1" target="l2" style="edgeStyle=orthogonalEdgeStyle;html=1;strokeWidth=2;endArrow=block;strokeColor=#64748b;">
          <mxGeometry relative="1" as="geometry" />
        </mxCell>
        <mxCell id="le2" edge="1" parent="1" source="l2" target="l3" style="edgeStyle=orthogonalEdgeStyle;html=1;strokeWidth=2;endArrow=block;strokeColor=#64748b;">
          <mxGeometry relative="1" as="geometry" />
        </mxCell>
        <mxCell id="le3" edge="1" parent="1" source="l3" target="l4" style="edgeStyle=orthogonalEdgeStyle;html=1;strokeWidth=2;endArrow=block;strokeColor=#64748b;">
          <mxGeometry relative="1" as="geometry" />
        </mxCell>
-         <mxCell id="guard" value="长期能力启动前置条件&#xa;1. Memory Plane 和持久化知识对象冻结&#xa;2. 跨网页 Source Graph 合同冻结&#xa;3. 权限治理和隐私边界冻结&#xa;4. 另起 PRD / 架构 / 验收门禁&#xa;5. 不借 V1.3 提前实现 RAG / Canvas / PPT" style="rounded=1;whiteSpace=wrap;html=1;fillColor=#f8fafc;strokeColor=#94a3b8;fontSize=16;align=left;spacing=14;" vertex="1" parent="1">
+         <mxCell id="guard" value="长期能力启动前置条件&#xa;1. Memory Plane 和持久化知识对象冻结&#xa;2. 跨网页 Source Graph 合同冻结&#xa;3. 权限治理和隐私边界冻结&#xa;4. 另起 PRD / 架构 / 验收门禁&#xa;5. 不借 V1.3 提前实现 RAG / Canvas / PPT&#xa;6. 完整 V1 仍需回到网页内悬浮球主体验验收" style="rounded=1;whiteSpace=wrap;html=1;fillColor=#f8fafc;strokeColor=#94a3b8;fontSize=16;align=left;spacing=14;" vertex="1" parent="1">
          <mxGeometry x="310" y="470" width="780" height="180" as="geometry" />
        </mxCell>
      </root>
    </mxGraphModel>
  </diagram>
</mxfile>
